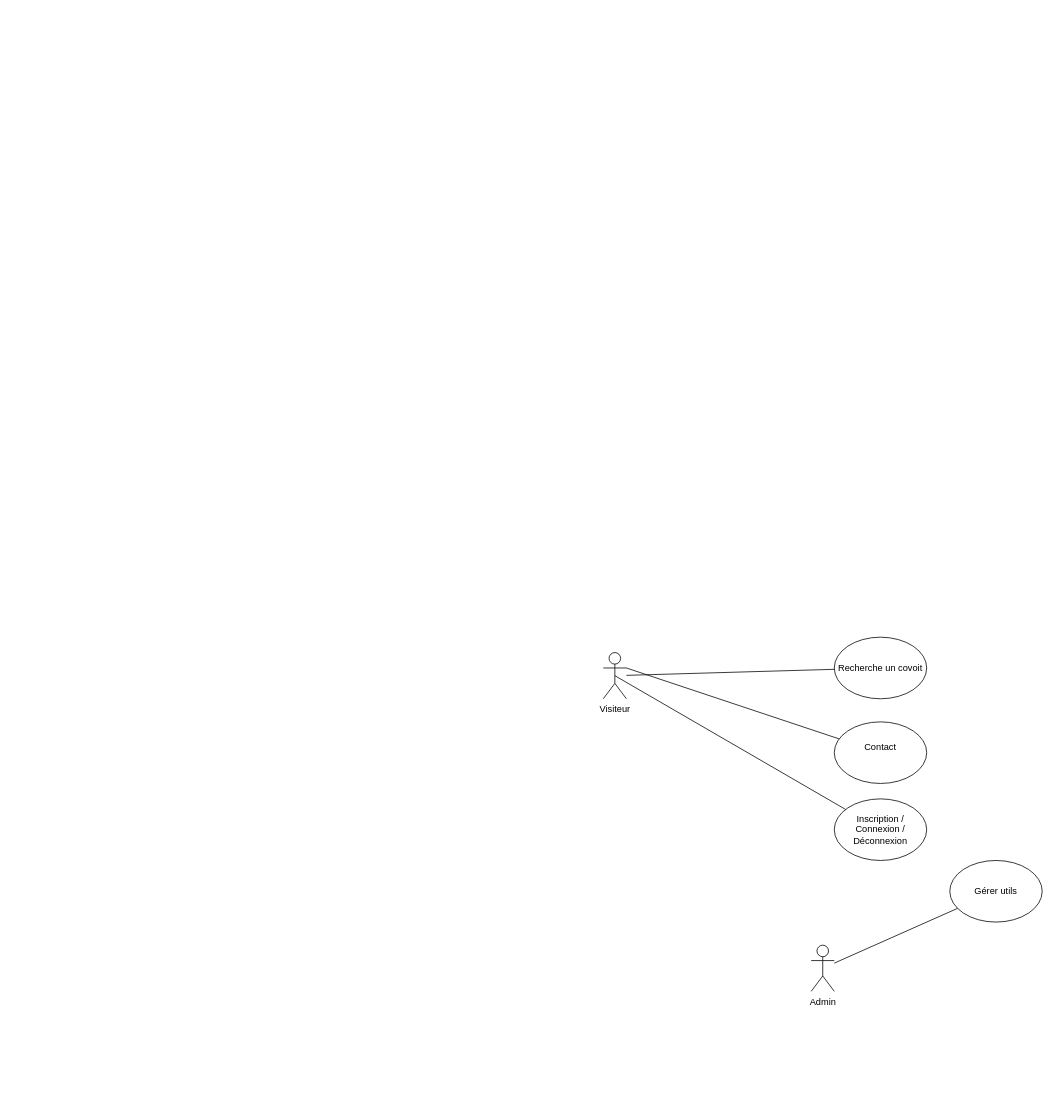
Before: page "Cas d'utilisation" (2 of 3) of EcoRide_DiagClass.drawio in Maxence9113/EcoRide, a draw.io diagram. Source tidied: cells renumbered, new cells numbered last; positions are measured from the earlier drawing's top-left corner, leaving out a move shared by most shapes. Both pictures are drawn from the tidied source at 77%, with x=0, y=0 at pixel (603, 637).
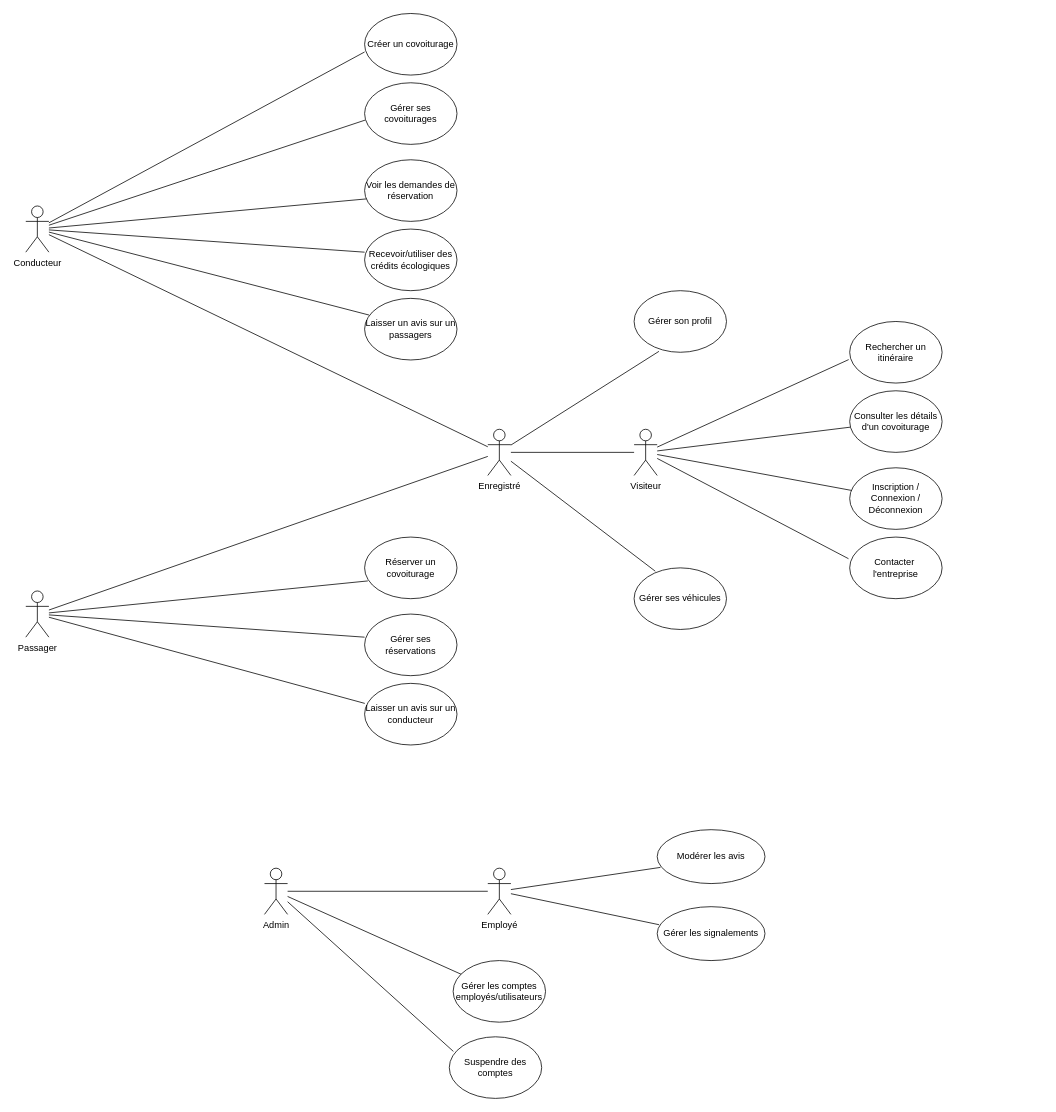
The same page after the edit.

Commit message:
Mettre à jour EcoRide_DiagClass.drawio

The edit, as a diff of the source:
```diff
@@
     <mxCell id="2" value="Admin" style="shape=umlActor;verticalLabelPosition=bottom;verticalAlign=top;html=1;outlineConnect=0;" parent="1" vertex="1">
-      <mxGeometry x="270" y="400" width="30" height="60" as="geometry" />
+      <mxGeometry x="-440" y="300" width="30" height="60" as="geometry" />
     </mxCell>
     <mxCell id="3" value="Visiteur" style="shape=umlActor;verticalLabelPosition=bottom;verticalAlign=top;html=1;outlineConnect=0;" parent="1" vertex="1">
-      <mxGeometry y="20" width="30" height="60" as="geometry" />
+      <mxGeometry x="40" y="-270" width="30" height="60" as="geometry" />
     </mxCell>
-    <mxCell id="4" value="Gérer utils" style="ellipse;whiteSpace=wrap;html=1;" parent="1" vertex="1">
-      <mxGeometry x="450" y="290" width="120" height="80" as="geometry" />
+    <mxCell id="4" value="Gérer les comptes employés/utilisateurs" style="ellipse;whiteSpace=wrap;html=1;" parent="1" vertex="1">
+      <mxGeometry x="-195" y="420" width="120" height="80" as="geometry" />
     </mxCell>
@@
-    <mxCell id="6" value="Recherche un covoit" style="ellipse;whiteSpace=wrap;html=1;" parent="1" vertex="1">
-      <mxGeometry x="300" width="120" height="80" as="geometry" />
+    <mxCell id="6" value="Rechercher un itinéraire" style="ellipse;whiteSpace=wrap;html=1;" parent="1" vertex="1">
+      <mxGeometry x="320" y="-410" width="120" height="80" as="geometry" />
     </mxCell>
-    <mxCell id="7" style="endArrow=none;html=1;rounded=0;" parent="1" edge="1" source="3" target="6">
+    <mxCell id="7" style="endArrow=none;html=1;rounded=0;entryX=-0.011;entryY=0.619;entryDx=0;entryDy=0;entryPerimeter=0;" parent="1" edge="1" source="3" target="6">
       <mxGeometry relative="1" as="geometry" />
     </mxCell>
-    <mxCell id="8" value="Contact&lt;div&gt;&lt;br&gt;&lt;/div&gt;" style="ellipse;whiteSpace=wrap;html=1;" parent="1" vertex="1">
-      <mxGeometry x="300" y="110" width="120" height="80" as="geometry" />
+    <mxCell id="8" value="&lt;div&gt;Consulter les détails d'un covoiturage&lt;/div&gt;" style="ellipse;whiteSpace=wrap;html=1;" parent="1" vertex="1">
+      <mxGeometry x="320" y="-320" width="120" height="80" as="geometry" />
     </mxCell>
     <mxCell id="9" value="Inscription / Connexion / Déconnexion" style="ellipse;whiteSpace=wrap;html=1;" parent="1" vertex="1">
-      <mxGeometry x="300" y="210" width="120" height="80" as="geometry" />
+      <mxGeometry x="320" y="-220" width="120" height="80" as="geometry" />
     </mxCell>
-    <mxCell id="10" style="endArrow=none;html=1;rounded=0;entryX=0.5;entryY=0.5;entryDx=0;entryDy=0;entryPerimeter=0;" parent="1" edge="1" source="9" target="3">
+    <mxCell id="10" style="endArrow=none;html=1;rounded=0;" parent="1" edge="1" source="9" target="3">
       <mxGeometry relative="1" as="geometry" />
     </mxCell>
-    <mxCell id="11" style="endArrow=none;html=1;rounded=0;entryX=1;entryY=0.3333333333333333;entryDx=0;entryDy=0;entryPerimeter=0;" parent="1" edge="1" source="8" target="3">
+    <mxCell id="11" style="endArrow=none;html=1;rounded=0;" parent="1" edge="1" source="8" target="3">
       <mxGeometry relative="1" as="geometry" />
     </mxCell>
+    <mxCell id="12" value="Contacter&amp;nbsp;&lt;div&gt;l'entreprise&lt;/div&gt;" style="ellipse;whiteSpace=wrap;html=1;" parent="1" vertex="1">
+      <mxGeometry x="320" y="-130" width="120" height="80" as="geometry" />
+    </mxCell>
+    <mxCell id="13" style="endArrow=none;html=1;rounded=0;exitX=-0.013;exitY=0.351;exitDx=0;exitDy=0;exitPerimeter=0;" parent="1" edge="1" source="12" target="3">
+      <mxGeometry relative="1" as="geometry" />
+    </mxCell>
+    <mxCell id="14" value="Conducteur" style="shape=umlActor;verticalLabelPosition=bottom;verticalAlign=top;html=1;outlineConnect=0;" parent="1" vertex="1">
+      <mxGeometry x="-750" y="-560" width="30" height="60" as="geometry" />
+    </mxCell>
+    <mxCell id="15" value="Passager" style="shape=umlActor;verticalLabelPosition=bottom;verticalAlign=top;html=1;outlineConnect=0;" parent="1" vertex="1">
+      <mxGeometry x="-750" y="-60" width="30" height="60" as="geometry" />
+    </mxCell>
+    <mxCell id="16" style="endArrow=none;html=1;rounded=0;" parent="1" edge="1" source="15" target="18">
+      <mxGeometry relative="1" as="geometry" />
+    </mxCell>
+    <mxCell id="17" style="endArrow=none;html=1;rounded=0;" parent="1" edge="1" source="14" target="18">
+      <mxGeometry relative="1" as="geometry" />
+    </mxCell>
+    <mxCell id="18" value="Enregistré" style="shape=umlActor;verticalLabelPosition=bottom;verticalAlign=top;html=1;outlineConnect=0;" parent="1" vertex="1">
+      <mxGeometry x="-150" y="-270" width="30" height="60" as="geometry" />
+    </mxCell>
+    <mxCell id="19" style="endArrow=none;html=1;rounded=0;" parent="1" edge="1" source="18" target="3">
+      <mxGeometry relative="1" as="geometry" />
+    </mxCell>
+    <mxCell id="20" value="Gérer son profil" style="ellipse;whiteSpace=wrap;html=1;" parent="1" vertex="1">
+      <mxGeometry x="40" y="-450" width="120" height="80" as="geometry" />
+    </mxCell>
+    <mxCell id="21" value="Gérer ses véhicules" style="ellipse;whiteSpace=wrap;html=1;" parent="1" vertex="1">
+      <mxGeometry x="40" y="-90" width="120" height="80" as="geometry" />
+    </mxCell>
+    <mxCell id="22" style="endArrow=none;html=1;rounded=0;entryX=0.229;entryY=0.054;entryDx=0;entryDy=0;entryPerimeter=0;" parent="1" edge="1" source="18" target="21">
+      <mxGeometry relative="1" as="geometry" />
+    </mxCell>
+    <mxCell id="23" style="endArrow=none;html=1;rounded=0;entryX=0.269;entryY=0.985;entryDx=0;entryDy=0;entryPerimeter=0;" parent="1" edge="1" source="18" target="20">
+      <mxGeometry relative="1" as="geometry" />
+    </mxCell>
+    <mxCell id="24" value="Créer un covoiturage" style="ellipse;whiteSpace=wrap;html=1;" parent="1" vertex="1">
+      <mxGeometry x="-310" y="-810" width="120" height="80" as="geometry" />
+    </mxCell>
+    <mxCell id="25" value="&lt;div&gt;Gérer ses covoiturages&lt;/div&gt;" style="ellipse;whiteSpace=wrap;html=1;" parent="1" vertex="1">
+      <mxGeometry x="-310" y="-720" width="120" height="80" as="geometry" />
+    </mxCell>
+    <mxCell id="26" value="Voir les demandes de réservation" style="ellipse;whiteSpace=wrap;html=1;" parent="1" vertex="1">
+      <mxGeometry x="-310" y="-620" width="120" height="80" as="geometry" />
+    </mxCell>
+    <mxCell id="27" value="Recevoir/utiliser des crédits écologiques" style="ellipse;whiteSpace=wrap;html=1;" parent="1" vertex="1">
+      <mxGeometry x="-310" y="-530" width="120" height="80" as="geometry" />
+    </mxCell>
+    <mxCell id="28" value="&lt;div&gt;Réserver un covoiturage&lt;/div&gt;" style="ellipse;whiteSpace=wrap;html=1;" parent="1" vertex="1">
+      <mxGeometry x="-310" y="-130" width="120" height="80" as="geometry" />
+    </mxCell>
+    <mxCell id="29" value="Gérer ses réservations" style="ellipse;whiteSpace=wrap;html=1;" parent="1" vertex="1">
+      <mxGeometry x="-310" y="-30" width="120" height="80" as="geometry" />
+    </mxCell>
+    <mxCell id="30" value="Laisser un avis sur un conducteur" style="ellipse;whiteSpace=wrap;html=1;" parent="1" vertex="1">
+      <mxGeometry x="-310" y="60" width="120" height="80" as="geometry" />
+    </mxCell>
+    <mxCell id="31" style="endArrow=none;html=1;rounded=0;entryX=0;entryY=0.625;entryDx=0;entryDy=0;entryPerimeter=0;" parent="1" edge="1" source="14" target="24">
+      <mxGeometry relative="1" as="geometry" />
+    </mxCell>
+    <mxCell id="32" style="endArrow=none;html=1;rounded=0;entryX=0.008;entryY=0.605;entryDx=0;entryDy=0;entryPerimeter=0;" parent="1" edge="1" source="14" target="25">
+      <mxGeometry relative="1" as="geometry" />
+    </mxCell>
+    <mxCell id="33" style="endArrow=none;html=1;rounded=0;entryX=0.02;entryY=0.635;entryDx=0;entryDy=0;entryPerimeter=0;" parent="1" edge="1" source="14" target="26">
+      <mxGeometry relative="1" as="geometry" />
+    </mxCell>
+    <mxCell id="34" style="endArrow=none;html=1;rounded=0;entryX=0;entryY=0.375;entryDx=0;entryDy=0;entryPerimeter=0;" parent="1" edge="1" source="14" target="27">
+      <mxGeometry relative="1" as="geometry" />
+    </mxCell>
+    <mxCell id="35" style="endArrow=none;html=1;rounded=0;entryX=0.035;entryY=0.712;entryDx=0;entryDy=0;entryPerimeter=0;" parent="1" edge="1" source="15" target="28">
+      <mxGeometry relative="1" as="geometry" />
+    </mxCell>
+    <mxCell id="36" style="endArrow=none;html=1;rounded=0;entryX=0;entryY=0.375;entryDx=0;entryDy=0;entryPerimeter=0;" parent="1" edge="1" source="15" target="29">
+      <mxGeometry relative="1" as="geometry" />
+    </mxCell>
+    <mxCell id="37" style="endArrow=none;html=1;rounded=0;entryX=0.002;entryY=0.325;entryDx=0;entryDy=0;entryPerimeter=0;" parent="1" edge="1" source="15" target="30">
+      <mxGeometry relative="1" as="geometry" />
+    </mxCell>
+    <mxCell id="38" value="Laisser un avis sur un passagers" style="ellipse;whiteSpace=wrap;html=1;" parent="1" vertex="1">
+      <mxGeometry x="-310" y="-440" width="120" height="80" as="geometry" />
+    </mxCell>
+    <mxCell id="39" style="endArrow=none;html=1;rounded=0;entryX=0.049;entryY=0.271;entryDx=0;entryDy=0;entryPerimeter=0;" parent="1" edge="1" source="14" target="38">
+      <mxGeometry relative="1" as="geometry" />
+    </mxCell>
+    <mxCell id="40" value="Employé" style="shape=umlActor;verticalLabelPosition=bottom;verticalAlign=top;html=1;" parent="1" vertex="1">
+      <mxGeometry x="-150" y="300" width="30" height="60" as="geometry" />
+    </mxCell>
+    <mxCell id="41" value="Modérer les avis" style="ellipse;whiteSpace=wrap;html=1;" parent="1" vertex="1">
+      <mxGeometry x="70" y="250" width="140" height="70" as="geometry" />
+    </mxCell>
+    <mxCell id="42" value="Gérer les signalements" style="ellipse;whiteSpace=wrap;html=1;" parent="1" vertex="1">
+      <mxGeometry x="70" y="350" width="140" height="70" as="geometry" />
+    </mxCell>
+    <mxCell id="43" style="endArrow=none;html=1;rounded=0;entryX=0.03;entryY=0.7;entryDx=0;entryDy=0;entryPerimeter=0;" parent="1" edge="1" source="40" target="41">
+      <mxGeometry relative="1" as="geometry" />
+    </mxCell>
+    <mxCell id="44" style="endArrow=none;html=1;rounded=0;entryX=0.018;entryY=0.335;entryDx=0;entryDy=0;entryPerimeter=0;" parent="1" edge="1" source="40" target="42">
+      <mxGeometry relative="1" as="geometry" />
+    </mxCell>
+    <mxCell id="45" style="endArrow=none;html=1;rounded=0;" parent="1" edge="1" source="2" target="40">
+      <mxGeometry relative="1" as="geometry" />
+    </mxCell>
+    <mxCell id="46" value="Suspendre des comptes" style="ellipse;whiteSpace=wrap;html=1;" parent="1" vertex="1">
+      <mxGeometry x="-200" y="519" width="120" height="80" as="geometry" />
+    </mxCell>
+    <mxCell id="47" style="endArrow=none;html=1;rounded=0;entryX=0.044;entryY=0.237;entryDx=0;entryDy=0;entryPerimeter=0;" parent="1" edge="1" source="2" target="46">
+      <mxGeometry relative="1" as="geometry" />
+    </mxCell>
```
